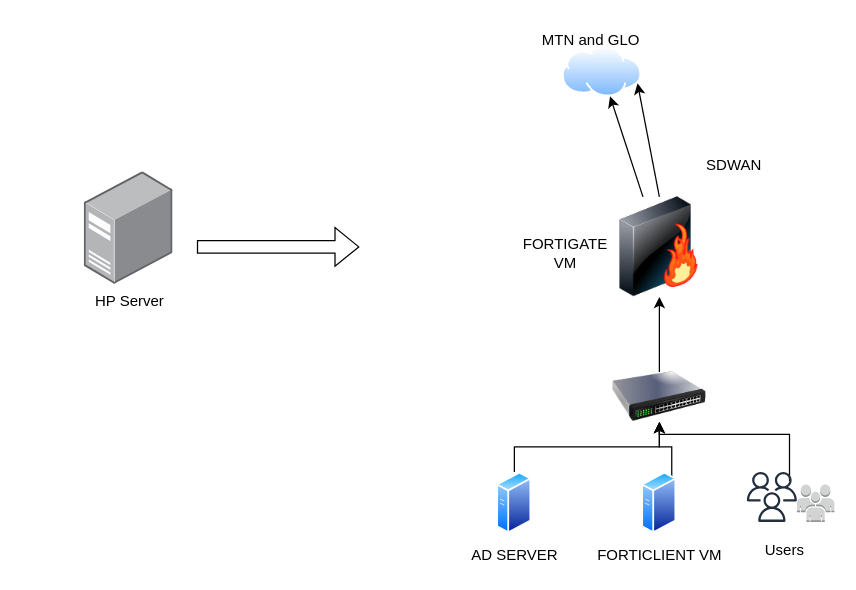
Esinrogunjo/bundler keeps this draw.io diagram as Untitled Diagram.drawio. Above is the earlier version. Source tidied: cells renumbered, new cells numbered last; positions are measured from the earlier drawing's top-left corner, leaving out a move shared by most shapes. Both pictures are drawn from the tidied source at 125%, with x=0, y=0 at pixel (84, 21).
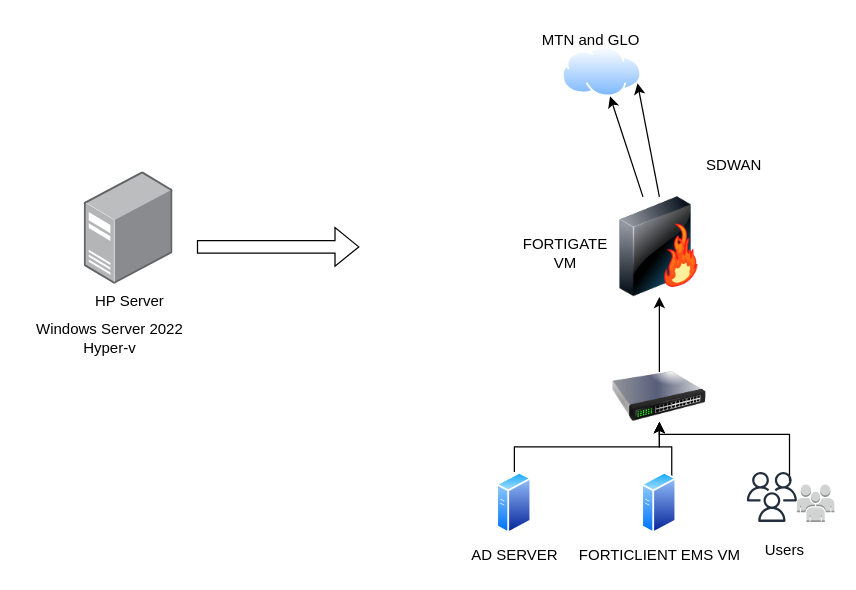
After the change.

Diff of the diagram source:
```diff
@@
-    <mxCell id="5" value="FORTICLIENT VM&lt;br&gt;" style="image;perimeter=ellipsePerimeter;html=1;align=center;shadow=0;dashed=0;spacingTop=3;image=img/lib/active_directory/generic_server.svg;" parent="1" vertex="1">
+    <mxCell id="5" value="FORTICLIENT EMS VM&lt;br&gt;" style="image;perimeter=ellipsePerimeter;html=1;align=center;shadow=0;dashed=0;spacingTop=3;image=img/lib/active_directory/generic_server.svg;" parent="1" vertex="1">
       <mxGeometry x="446" y="360" width="28" height="50" as="geometry" />
     </mxCell>
@@
+    <mxCell id="22" value="Windows Server 2022&lt;br&gt;Hyper-v" style="text;html=1;align=center;verticalAlign=middle;strokeColor=none;fillColor=none;" parent="1" vertex="1">
+      <mxGeometry x="-50" y="233" width="140" height="40" as="geometry" />
+    </mxCell>
```
